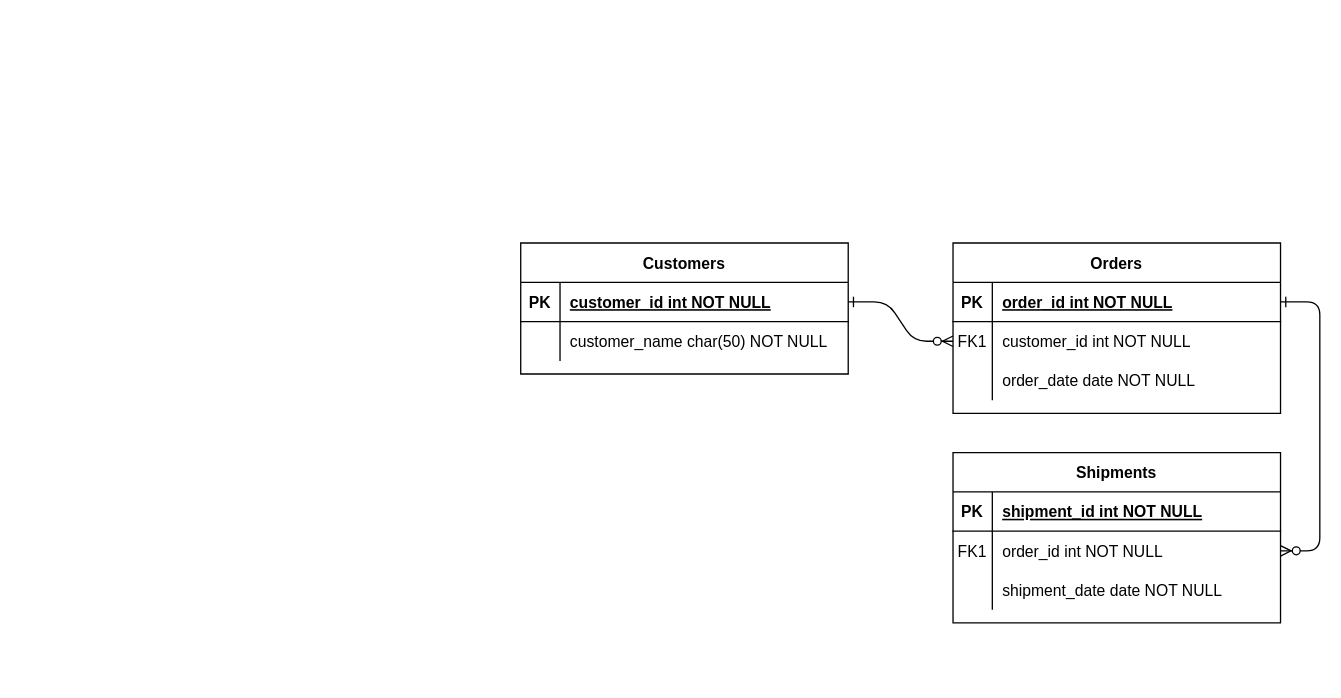
Earlier version of the draw.io diagram Diagrama sin título.drawio (2004Style/diagrama_base_de_Datos). Source tidied: cells renumbered, new cells numbered last; positions are measured from the earlier drawing's top-left corner, leaving out a move shared by most shapes. Both pictures are drawn from the tidied source at 131%, with x=0, y=0 at pixel (520, 242).
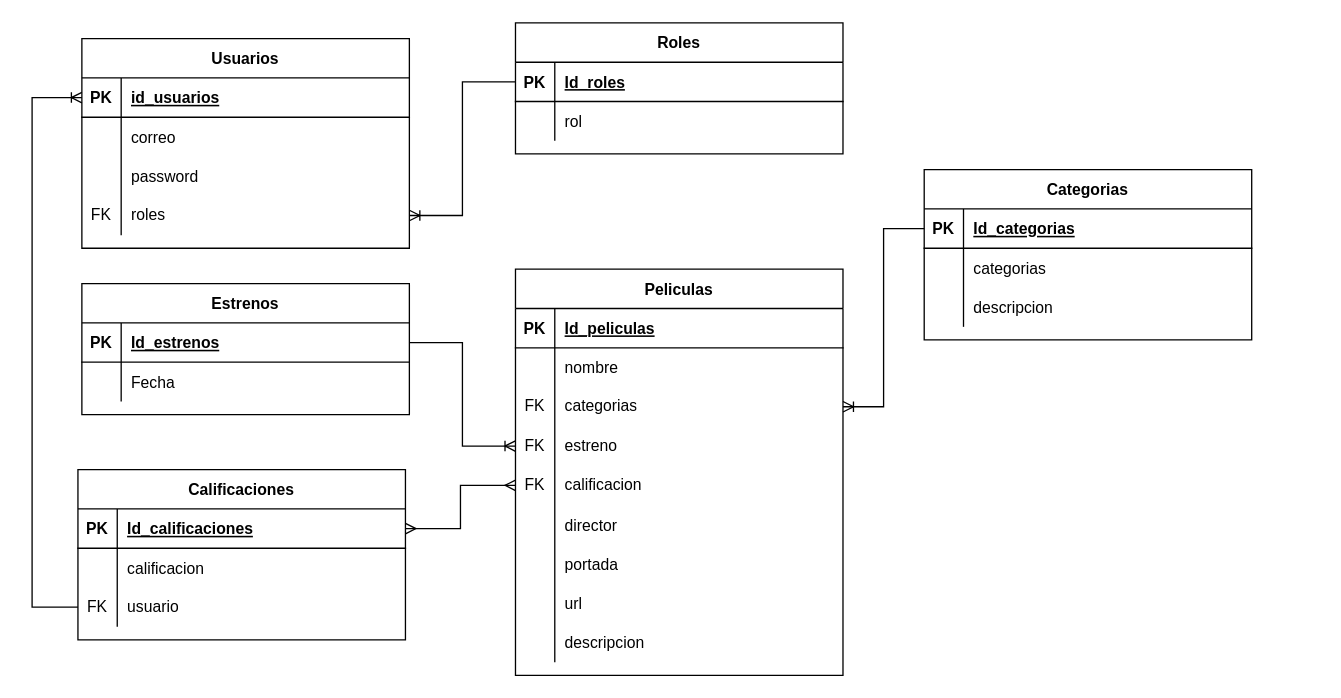
The same page after the edit.

The change refers to these unchanged cells:
```xml
<mxCell id="5" style="shape=partialRectangle;fillColor=none;points=[[0,0.5],[1,0.5]];portConstraint=eastwest;top=0;left=0;right=0;bottom=1;" parent="4" vertex="1">
  <mxGeometry y="30" width="250" height="30" as="geometry" />
</mxCell>
<mxCell id="15" style="shape=partialRectangle;fillColor=none;points=[[0,0.5],[1,0.5]];portConstraint=eastwest;top=0;left=0;right=0;bottom=1;" parent="14" vertex="1">
  <mxGeometry y="30" width="250" height="30" as="geometry" />
</mxCell>
<mxCell id="25" style="shape=partialRectangle;fillColor=none;points=[[0,0.5],[1,0.5]];portConstraint=eastwest;top=0;left=0;right=0;bottom=1;" parent="24" vertex="1">
  <mxGeometry y="30" width="250" height="30" as="geometry" />
</mxCell>
<mxCell id="28" style="shape=partialRectangle;fillColor=none;top=0;left=0;right=0;bottom=0;" parent="24" vertex="1">
  <mxGeometry y="60" width="250" height="30" as="geometry" />
</mxCell>
```

What changed in the source:
```diff
@@
-    <mxCell id="2" style="edgeStyle=entityRelationEdgeStyle;endArrow=ERzeroToMany;startArrow=ERone;endFill=1;startFill=0;" parent="1" edge="1" source="25" target="8">
-      <mxGeometry relative="1" as="geometry" />
-    </mxCell>
-    <mxCell id="3" style="edgeStyle=entityRelationEdgeStyle;endArrow=ERzeroToMany;startArrow=ERone;endFill=1;startFill=0;" parent="1" edge="1" source="5" target="18">
-      <mxGeometry relative="1" as="geometry" />
-    </mxCell>
-    <mxCell id="4" value="Orders" style="shape=table;startSize=30;childLayout=tableLayout;rowLines=0;fontStyle=1;align=center;" parent="1" vertex="1">
-      <mxGeometry x="330" width="250" height="130" as="geometry" />
+    <mxCell id="4" value="Usuarios" style="shape=table;startSize=30;childLayout=tableLayout;rowLines=0;fontStyle=1;align=center;" parent="1" vertex="1">
+      <mxGeometry x="-335" y="-156" width="250" height="160" as="geometry" />
     </mxCell>
@@
-    <mxCell id="7" value="order_id int NOT NULL " style="shape=partialRectangle;overflow=hidden;fillColor=none;top=0;left=0;bottom=0;right=0;align=left;spacingLeft=6;fontStyle=5;" parent="5" vertex="1">
+    <mxCell id="7" value="id_usuarios" style="shape=partialRectangle;overflow=hidden;fillColor=none;top=0;left=0;bottom=0;right=0;align=left;spacingLeft=6;fontStyle=5;" parent="5" vertex="1">
       <mxGeometry x="30" width="220" height="30" as="geometry" />
     </mxCell>
-    <mxCell id="8" style="shape=partialRectangle;fillColor=none;points=[[0,0.5],[1,0.5]];portConstraint=eastwest;top=0;left=0;right=0;bottom=0;" parent="4" vertex="1">
-      <mxGeometry y="60" width="250" height="30" as="geometry" />
-    </mxCell>
-    <mxCell id="9" value="FK1" style="shape=partialRectangle;overflow=hidden;fillColor=none;top=0;left=0;bottom=0;right=0;" parent="8" vertex="1">
-      <mxGeometry width="30" height="30" as="geometry" />
-    </mxCell>
-    <mxCell id="10" value="customer_id int NOT NULL" style="shape=partialRectangle;overflow=hidden;fillColor=none;top=0;left=0;bottom=0;right=0;align=left;spacingLeft=6;" parent="8" vertex="1">
-      <mxGeometry x="30" width="220" height="30" as="geometry" />
-    </mxCell>
     <mxCell id="11" style="shape=partialRectangle;fillColor=none;top=0;left=0;right=0;bottom=0;" parent="4" vertex="1">
-      <mxGeometry y="90" width="250" height="30" as="geometry" />
+      <mxGeometry y="60" width="250" height="30" as="geometry" />
     </mxCell>
@@
-    <mxCell id="13" value="order_date date NOT NULL" style="shape=partialRectangle;overflow=hidden;fillColor=none;top=0;left=0;bottom=0;right=0;align=left;spacingLeft=6;" parent="11" vertex="1">
+    <mxCell id="13" value="correo" style="shape=partialRectangle;overflow=hidden;fillColor=none;top=0;left=0;bottom=0;right=0;align=left;spacingLeft=6;" parent="11" vertex="1">
       <mxGeometry x="30" width="220" height="30" as="geometry" />
     </mxCell>
+    <mxCell id="31" style="shape=tableRow;horizontal=0;startSize=0;swimlaneHead=0;swimlaneBody=0;fillColor=none;top=0;left=0;right=0;bottom=0;" parent="4" vertex="1">
+      <mxGeometry y="90" width="250" height="30" as="geometry" />
+    </mxCell>
+    <mxCell id="32" style="shape=partialRectangle;fillColor=none;top=0;left=0;bottom=0;right=0;overflow=hidden;" parent="31" vertex="1">
+      <mxGeometry width="30" height="30" as="geometry" />
+    </mxCell>
+    <mxCell id="33" value="password" style="shape=partialRectangle;fillColor=none;top=0;left=0;bottom=0;right=0;align=left;spacingLeft=6;overflow=hidden;" parent="31" vertex="1">
+      <mxGeometry x="30" width="220" height="30" as="geometry" />
+    </mxCell>
+    <mxCell id="34" style="shape=tableRow;horizontal=0;startSize=0;swimlaneHead=0;swimlaneBody=0;fillColor=none;points=[[0,0.5],[1,0.5]];portConstraint=eastwest;top=0;left=0;right=0;bottom=0;" parent="4" vertex="1">
+      <mxGeometry y="120" width="250" height="30" as="geometry" />
+    </mxCell>
+    <mxCell id="35" value="FK" style="shape=partialRectangle;fillColor=none;top=0;left=0;bottom=0;right=0;fontStyle=0;overflow=hidden;whiteSpace=wrap;html=1;" parent="34" vertex="1">
+      <mxGeometry width="30" height="30" as="geometry" />
+    </mxCell>
+    <mxCell id="36" value="roles" style="shape=partialRectangle;fillColor=none;top=0;left=0;bottom=0;right=0;align=left;spacingLeft=6;fontStyle=0;overflow=hidden;whiteSpace=wrap;html=1;" parent="34" vertex="1">
+      <mxGeometry x="30" width="220" height="30" as="geometry" />
+    </mxCell>
-    <mxCell id="14" value="Shipments" style="shape=table;startSize=30;childLayout=tableLayout;rowLines=0;fontStyle=1;align=center;" parent="1" vertex="1">
-      <mxGeometry x="330" y="160" width="250" height="130" as="geometry" />
+    <mxCell id="14" value="Categorias" style="shape=table;startSize=30;childLayout=tableLayout;rowLines=0;fontStyle=1;align=center;" parent="1" vertex="1">
+      <mxGeometry x="308" y="-56" width="250" height="130" as="geometry" />
     </mxCell>
@@
-    <mxCell id="17" value="shipment_id int NOT NULL " style="shape=partialRectangle;overflow=hidden;fillColor=none;top=0;left=0;bottom=0;right=0;align=left;spacingLeft=6;fontStyle=5;" parent="15" vertex="1">
+    <mxCell id="17" value="Id_categorias" style="shape=partialRectangle;overflow=hidden;fillColor=none;top=0;left=0;bottom=0;right=0;align=left;spacingLeft=6;fontStyle=5;" parent="15" vertex="1">
       <mxGeometry x="30" width="220" height="30" as="geometry" />
     </mxCell>
-    <mxCell id="18" style="shape=partialRectangle;fillColor=none;points=[[0,0.5],[1,0.5]];portConstraint=eastwest;top=0;left=0;right=0;bottom=0;" parent="14" vertex="1">
-      <mxGeometry y="60" width="250" height="30" as="geometry" />
-    </mxCell>
-    <mxCell id="19" value="FK1" style="shape=partialRectangle;overflow=hidden;fillColor=none;top=0;left=0;bottom=0;right=0;" parent="18" vertex="1">
-      <mxGeometry width="30" height="30" as="geometry" />
-    </mxCell>
-    <mxCell id="20" value="order_id int NOT NULL" style="shape=partialRectangle;overflow=hidden;fillColor=none;top=0;left=0;bottom=0;right=0;align=left;spacingLeft=6;" parent="18" vertex="1">
-      <mxGeometry x="30" width="220" height="30" as="geometry" />
-    </mxCell>
     <mxCell id="21" style="shape=partialRectangle;fillColor=none;top=0;left=0;right=0;bottom=0;" parent="14" vertex="1">
-      <mxGeometry y="90" width="250" height="30" as="geometry" />
+      <mxGeometry y="60" width="250" height="30" as="geometry" />
     </mxCell>
@@
-    <mxCell id="23" value="shipment_date date NOT NULL" style="shape=partialRectangle;overflow=hidden;fillColor=none;top=0;left=0;bottom=0;right=0;align=left;spacingLeft=6;" parent="21" vertex="1">
+    <mxCell id="23" value="categorias" style="shape=partialRectangle;overflow=hidden;fillColor=none;top=0;left=0;bottom=0;right=0;align=left;spacingLeft=6;" parent="21" vertex="1">
       <mxGeometry x="30" width="220" height="30" as="geometry" />
     </mxCell>
+    <mxCell id="37" style="shape=tableRow;horizontal=0;startSize=0;swimlaneHead=0;swimlaneBody=0;fillColor=none;top=0;left=0;right=0;bottom=0;" parent="14" vertex="1">
+      <mxGeometry y="90" width="250" height="30" as="geometry" />
+    </mxCell>
+    <mxCell id="38" style="shape=partialRectangle;fillColor=none;top=0;left=0;bottom=0;right=0;overflow=hidden;" parent="37" vertex="1">
+      <mxGeometry width="30" height="30" as="geometry" />
+    </mxCell>
+    <mxCell id="39" value="descripcion" style="shape=partialRectangle;fillColor=none;top=0;left=0;bottom=0;right=0;align=left;spacingLeft=6;overflow=hidden;" parent="37" vertex="1">
+      <mxGeometry x="30" width="220" height="30" as="geometry" />
+    </mxCell>
-    <mxCell id="24" value="Customers" style="shape=table;startSize=30;childLayout=tableLayout;rowLines=0;fontStyle=1;align=center;" parent="1" vertex="1">
-      <mxGeometry width="250" height="100" as="geometry" />
+    <mxCell id="24" value="Roles" style="shape=table;startSize=30;childLayout=tableLayout;rowLines=0;fontStyle=1;align=center;" parent="1" vertex="1">
+      <mxGeometry x="-4" y="-168" width="250" height="100" as="geometry" />
     </mxCell>
@@
-    <mxCell id="27" value="customer_id int NOT NULL " style="shape=partialRectangle;overflow=hidden;fillColor=none;top=0;left=0;bottom=0;right=0;align=left;spacingLeft=6;fontStyle=5;" parent="25" vertex="1">
+    <mxCell id="27" value="Id_roles" style="shape=partialRectangle;overflow=hidden;fillColor=none;top=0;left=0;bottom=0;right=0;align=left;spacingLeft=6;fontStyle=5;" parent="25" vertex="1">
       <mxGeometry x="30" width="220" height="30" as="geometry" />
     </mxCell>
@@
-    <mxCell id="30" value="customer_name char(50) NOT NULL" style="shape=partialRectangle;overflow=hidden;fillColor=none;top=0;left=0;bottom=0;right=0;align=left;spacingLeft=6;" parent="28" vertex="1">
+    <mxCell id="30" value="rol" style="shape=partialRectangle;overflow=hidden;fillColor=none;top=0;left=0;bottom=0;right=0;align=left;spacingLeft=6;" parent="28" vertex="1">
       <mxGeometry x="30" width="220" height="30" as="geometry" />
     </mxCell>
+    <mxCell id="40" value="Peliculas" style="shape=table;startSize=30;childLayout=tableLayout;rowLines=0;fontStyle=1;align=center;" parent="1" vertex="1">
+      <mxGeometry x="-4" y="20" width="250" height="310" as="geometry" />
+    </mxCell>
+    <mxCell id="41" style="shape=partialRectangle;fillColor=none;top=0;left=0;right=0;bottom=1;" parent="40" vertex="1">
+      <mxGeometry y="30" width="250" height="30" as="geometry" />
+    </mxCell>
+    <mxCell id="42" value="PK" style="shape=partialRectangle;overflow=hidden;fillColor=none;top=0;left=0;bottom=0;right=0;fontStyle=1;" parent="41" vertex="1">
+      <mxGeometry width="30" height="30" as="geometry" />
+    </mxCell>
+    <mxCell id="43" value="Id_peliculas" style="shape=partialRectangle;overflow=hidden;fillColor=none;top=0;left=0;bottom=0;right=0;align=left;spacingLeft=6;fontStyle=5;" parent="41" vertex="1">
+      <mxGeometry x="30" width="220" height="30" as="geometry" />
+    </mxCell>
+    <mxCell id="44" style="shape=partialRectangle;fillColor=none;top=0;left=0;right=0;bottom=0;" parent="40" vertex="1">
+      <mxGeometry y="60" width="250" height="30" as="geometry" />
+    </mxCell>
+    <mxCell id="45" style="shape=partialRectangle;overflow=hidden;fillColor=none;top=0;left=0;bottom=0;right=0;" parent="44" vertex="1">
+      <mxGeometry width="30" height="30" as="geometry" />
+    </mxCell>
+    <mxCell id="46" value="nombre" style="shape=partialRectangle;overflow=hidden;fillColor=none;top=0;left=0;bottom=0;right=0;align=left;spacingLeft=6;" parent="44" vertex="1">
+      <mxGeometry x="30" width="220" height="30" as="geometry" />
+    </mxCell>
+    <mxCell id="47" style="shape=tableRow;horizontal=0;startSize=0;swimlaneHead=0;swimlaneBody=0;fillColor=none;points=[[0,0.5],[1,0.5]];portConstraint=eastwest;top=0;left=0;right=0;bottom=0;" parent="40" vertex="1">
+      <mxGeometry y="90" width="250" height="30" as="geometry" />
+    </mxCell>
+    <mxCell id="48" value="FK" style="shape=partialRectangle;fillColor=none;top=0;left=0;bottom=0;right=0;fontStyle=0;overflow=hidden;whiteSpace=wrap;html=1;" parent="47" vertex="1">
+      <mxGeometry width="30" height="30" as="geometry" />
+    </mxCell>
+    <mxCell id="49" value="categorias" style="shape=partialRectangle;fillColor=none;top=0;left=0;bottom=0;right=0;align=left;spacingLeft=6;fontStyle=0;overflow=hidden;whiteSpace=wrap;html=1;" parent="47" vertex="1">
+      <mxGeometry x="30" width="220" height="30" as="geometry" />
+    </mxCell>
+    <mxCell id="50" style="shape=tableRow;horizontal=0;startSize=0;swimlaneHead=0;swimlaneBody=0;fillColor=none;points=[[0,0.5],[1,0.5]];portConstraint=eastwest;top=0;left=0;right=0;bottom=0;" parent="40" vertex="1">
+      <mxGeometry y="120" width="250" height="30" as="geometry" />
+    </mxCell>
+    <mxCell id="51" value="FK" style="shape=partialRectangle;fillColor=none;top=0;left=0;bottom=0;right=0;fontStyle=0;overflow=hidden;whiteSpace=wrap;html=1;" parent="50" vertex="1">
+      <mxGeometry width="30" height="30" as="geometry" />
+    </mxCell>
+    <mxCell id="52" value="estreno" style="shape=partialRectangle;fillColor=none;top=0;left=0;bottom=0;right=0;align=left;spacingLeft=6;fontStyle=0;overflow=hidden;whiteSpace=wrap;html=1;" parent="50" vertex="1">
+      <mxGeometry x="30" width="220" height="30" as="geometry" />
+    </mxCell>
+    <mxCell id="53" style="shape=tableRow;horizontal=0;startSize=0;swimlaneHead=0;swimlaneBody=0;fillColor=none;points=[[0,0.5],[1,0.5]];portConstraint=eastwest;top=0;left=0;right=0;bottom=0;" parent="40" vertex="1">
+      <mxGeometry y="150" width="250" height="30" as="geometry" />
+    </mxCell>
+    <mxCell id="54" value="FK" style="shape=partialRectangle;fillColor=none;top=0;left=0;bottom=0;right=0;fontStyle=0;overflow=hidden;whiteSpace=wrap;html=1;" parent="53" vertex="1">
+      <mxGeometry width="30" height="30" as="geometry" />
+    </mxCell>
+    <mxCell id="55" value="calificacion" style="shape=partialRectangle;fillColor=none;top=0;left=0;bottom=0;right=0;align=left;spacingLeft=6;fontStyle=0;overflow=hidden;whiteSpace=wrap;html=1;" parent="53" vertex="1">
+      <mxGeometry x="30" width="220" height="30" as="geometry" />
+    </mxCell>
+    <mxCell id="56" style="shape=tableRow;horizontal=0;startSize=0;swimlaneHead=0;swimlaneBody=0;fillColor=none;top=0;left=0;right=0;bottom=0;" parent="40" vertex="1">
+      <mxGeometry y="180" width="250" height="30" as="geometry" />
+    </mxCell>
+    <mxCell id="57" style="shape=partialRectangle;fillColor=none;top=0;left=0;bottom=0;right=0;overflow=hidden;" parent="56" vertex="1">
+      <mxGeometry width="30" height="30" as="geometry" />
+    </mxCell>
+    <mxCell id="58" value="director" style="shape=partialRectangle;fillColor=none;top=0;left=0;bottom=0;right=0;align=left;spacingLeft=6;overflow=hidden;" parent="56" vertex="1">
+      <mxGeometry x="30" width="220" height="30" as="geometry" />
+    </mxCell>
+    <mxCell id="59" style="shape=tableRow;horizontal=0;startSize=0;swimlaneHead=0;swimlaneBody=0;fillColor=none;top=0;left=0;right=0;bottom=0;" parent="40" vertex="1">
+      <mxGeometry y="210" width="250" height="30" as="geometry" />
+    </mxCell>
+    <mxCell id="60" style="shape=partialRectangle;fillColor=none;top=0;left=0;bottom=0;right=0;overflow=hidden;" parent="59" vertex="1">
+      <mxGeometry width="30" height="30" as="geometry" />
+    </mxCell>
+    <mxCell id="61" value="portada" style="shape=partialRectangle;fillColor=none;top=0;left=0;bottom=0;right=0;align=left;spacingLeft=6;overflow=hidden;" parent="59" vertex="1">
+      <mxGeometry x="30" width="220" height="30" as="geometry" />
+    </mxCell>
+    <mxCell id="62" style="shape=tableRow;horizontal=0;startSize=0;swimlaneHead=0;swimlaneBody=0;fillColor=none;top=0;left=0;right=0;bottom=0;" parent="40" vertex="1">
+      <mxGeometry y="240" width="250" height="30" as="geometry" />
+    </mxCell>
+    <mxCell id="63" style="shape=partialRectangle;fillColor=none;top=0;left=0;bottom=0;right=0;overflow=hidden;" parent="62" vertex="1">
+      <mxGeometry width="30" height="30" as="geometry" />
+    </mxCell>
+    <mxCell id="64" value="url" style="shape=partialRectangle;fillColor=none;top=0;left=0;bottom=0;right=0;align=left;spacingLeft=6;overflow=hidden;" parent="62" vertex="1">
+      <mxGeometry x="30" width="220" height="30" as="geometry" />
+    </mxCell>
+    <mxCell id="65" style="shape=tableRow;horizontal=0;startSize=0;swimlaneHead=0;swimlaneBody=0;fillColor=none;top=0;left=0;right=0;bottom=0;" parent="40" vertex="1">
+      <mxGeometry y="270" width="250" height="30" as="geometry" />
+    </mxCell>
+    <mxCell id="66" style="shape=partialRectangle;fillColor=none;top=0;left=0;bottom=0;right=0;overflow=hidden;" parent="65" vertex="1">
+      <mxGeometry width="30" height="30" as="geometry" />
+    </mxCell>
+    <mxCell id="67" value="descripcion" style="shape=partialRectangle;fillColor=none;top=0;left=0;bottom=0;right=0;align=left;spacingLeft=6;overflow=hidden;" parent="65" vertex="1">
+      <mxGeometry x="30" width="220" height="30" as="geometry" />
+    </mxCell>
+    <mxCell id="68" value="Estrenos" style="shape=table;startSize=30;childLayout=tableLayout;rowLines=0;fontStyle=1;align=center;" parent="1" vertex="1">
+      <mxGeometry x="-335" y="31" width="250" height="100" as="geometry" />
+    </mxCell>
+    <mxCell id="69" style="shape=partialRectangle;fillColor=none;points=[[0,0.5],[1,0.5]];portConstraint=eastwest;top=0;left=0;right=0;bottom=1;" parent="68" vertex="1">
+      <mxGeometry y="30" width="250" height="30" as="geometry" />
+    </mxCell>
+    <mxCell id="70" value="PK" style="shape=partialRectangle;overflow=hidden;fillColor=none;top=0;left=0;bottom=0;right=0;fontStyle=1;" parent="69" vertex="1">
+      <mxGeometry width="30" height="30" as="geometry" />
+    </mxCell>
+    <mxCell id="71" value="Id_estrenos" style="shape=partialRectangle;overflow=hidden;fillColor=none;top=0;left=0;bottom=0;right=0;align=left;spacingLeft=6;fontStyle=5;" parent="69" vertex="1">
+      <mxGeometry x="30" width="220" height="30" as="geometry" />
+    </mxCell>
+    <mxCell id="72" style="shape=partialRectangle;fillColor=none;top=0;left=0;right=0;bottom=0;" parent="68" vertex="1">
+      <mxGeometry y="60" width="250" height="30" as="geometry" />
+    </mxCell>
+    <mxCell id="73" style="shape=partialRectangle;overflow=hidden;fillColor=none;top=0;left=0;bottom=0;right=0;" parent="72" vertex="1">
+      <mxGeometry width="30" height="30" as="geometry" />
+    </mxCell>
+    <mxCell id="74" value="Fecha" style="shape=partialRectangle;overflow=hidden;fillColor=none;top=0;left=0;bottom=0;right=0;align=left;spacingLeft=6;" parent="72" vertex="1">
+      <mxGeometry x="30" width="220" height="30" as="geometry" />
+    </mxCell>
+    <mxCell id="75" value="Calificaciones" style="shape=table;startSize=30;childLayout=tableLayout;rowLines=0;fontStyle=1;align=center;" parent="1" vertex="1">
+      <mxGeometry x="-338" y="173" width="250" height="130" as="geometry" />
+    </mxCell>
+    <mxCell id="76" style="shape=partialRectangle;fillColor=none;points=[[0,0.5],[1,0.5]];portConstraint=eastwest;top=0;left=0;right=0;bottom=1;" parent="75" vertex="1">
+      <mxGeometry y="30" width="250" height="30" as="geometry" />
+    </mxCell>
+    <mxCell id="77" value="PK" style="shape=partialRectangle;overflow=hidden;fillColor=none;top=0;left=0;bottom=0;right=0;fontStyle=1;" parent="76" vertex="1">
+      <mxGeometry width="30" height="30" as="geometry" />
+    </mxCell>
+    <mxCell id="78" value="Id_calificaciones" style="shape=partialRectangle;overflow=hidden;fillColor=none;top=0;left=0;bottom=0;right=0;align=left;spacingLeft=6;fontStyle=5;" parent="76" vertex="1">
+      <mxGeometry x="30" width="220" height="30" as="geometry" />
+    </mxCell>
+    <mxCell id="79" style="shape=partialRectangle;fillColor=none;top=0;left=0;right=0;bottom=0;" parent="75" vertex="1">
+      <mxGeometry y="60" width="250" height="30" as="geometry" />
+    </mxCell>
+    <mxCell id="80" style="shape=partialRectangle;overflow=hidden;fillColor=none;top=0;left=0;bottom=0;right=0;" parent="79" vertex="1">
+      <mxGeometry width="30" height="30" as="geometry" />
+    </mxCell>
+    <mxCell id="81" value="calificacion" style="shape=partialRectangle;overflow=hidden;fillColor=none;top=0;left=0;bottom=0;right=0;align=left;spacingLeft=6;" parent="79" vertex="1">
+      <mxGeometry x="30" width="220" height="30" as="geometry" />
+    </mxCell>
+    <mxCell id="82" style="shape=tableRow;horizontal=0;startSize=0;swimlaneHead=0;swimlaneBody=0;fillColor=none;points=[[0,0.5],[1,0.5]];portConstraint=eastwest;top=0;left=0;right=0;bottom=0;" parent="75" vertex="1">
+      <mxGeometry y="90" width="250" height="30" as="geometry" />
+    </mxCell>
+    <mxCell id="83" value="FK" style="shape=partialRectangle;fillColor=none;top=0;left=0;bottom=0;right=0;fontStyle=0;overflow=hidden;whiteSpace=wrap;html=1;" parent="82" vertex="1">
+      <mxGeometry width="30" height="30" as="geometry" />
+    </mxCell>
+    <mxCell id="84" value="usuario" style="shape=partialRectangle;fillColor=none;top=0;left=0;bottom=0;right=0;align=left;spacingLeft=6;fontStyle=0;overflow=hidden;whiteSpace=wrap;html=1;" parent="82" vertex="1">
+      <mxGeometry x="30" width="220" height="30" as="geometry" />
+    </mxCell>
+    <mxCell id="85" style="edgeStyle=orthogonalEdgeStyle;fontSize=12;html=1;endArrow=ERoneToMany;rounded=0;entryX=1;entryY=0.5;entryDx=0;entryDy=0;" parent="1" edge="1" source="25" target="34">
+      <mxGeometry relative="1" as="geometry" />
+    </mxCell>
+    <mxCell id="86" style="edgeStyle=orthogonalEdgeStyle;fontSize=12;html=1;endArrow=ERoneToMany;rounded=0;exitX=0;exitY=0.5;exitDx=0;exitDy=0;entryX=1;entryY=0.5;entryDx=0;entryDy=0;" parent="1" edge="1" source="15" target="47">
+      <mxGeometry relative="1" as="geometry" />
+    </mxCell>
+    <mxCell id="87" style="edgeStyle=orthogonalEdgeStyle;fontSize=12;html=1;endArrow=ERoneToMany;rounded=0;exitX=1;exitY=0.5;exitDx=0;exitDy=0;entryX=0;entryY=0.5;entryDx=0;entryDy=0;" parent="1" edge="1" source="69" target="50">
+      <mxGeometry relative="1" as="geometry" />
+    </mxCell>
+    <mxCell id="88" style="edgeStyle=orthogonalEdgeStyle;fontSize=12;html=1;endArrow=ERmany;startArrow=ERmany;rounded=0;entryX=0;entryY=0.5;entryDx=0;entryDy=0;exitX=1;exitY=0.5;exitDx=0;exitDy=0;" parent="1" edge="1" source="76" target="53">
+      <mxGeometry relative="1" as="geometry" />
+    </mxCell>
+    <mxCell id="89" style="edgeStyle=orthogonalEdgeStyle;fontSize=12;html=1;endArrow=ERoneToMany;rounded=0;exitX=0;exitY=0.5;exitDx=0;exitDy=0;entryX=0;entryY=0.5;entryDx=0;entryDy=0;" parent="1" edge="1" source="82" target="5">
+      <mxGeometry relative="1" as="geometry">
+        <Array as="points">
+          <mxPoint x="-373" y="278" />
+          <mxPoint x="-373" y="-111" />
+        </Array>
+      </mxGeometry>
+    </mxCell>
```
